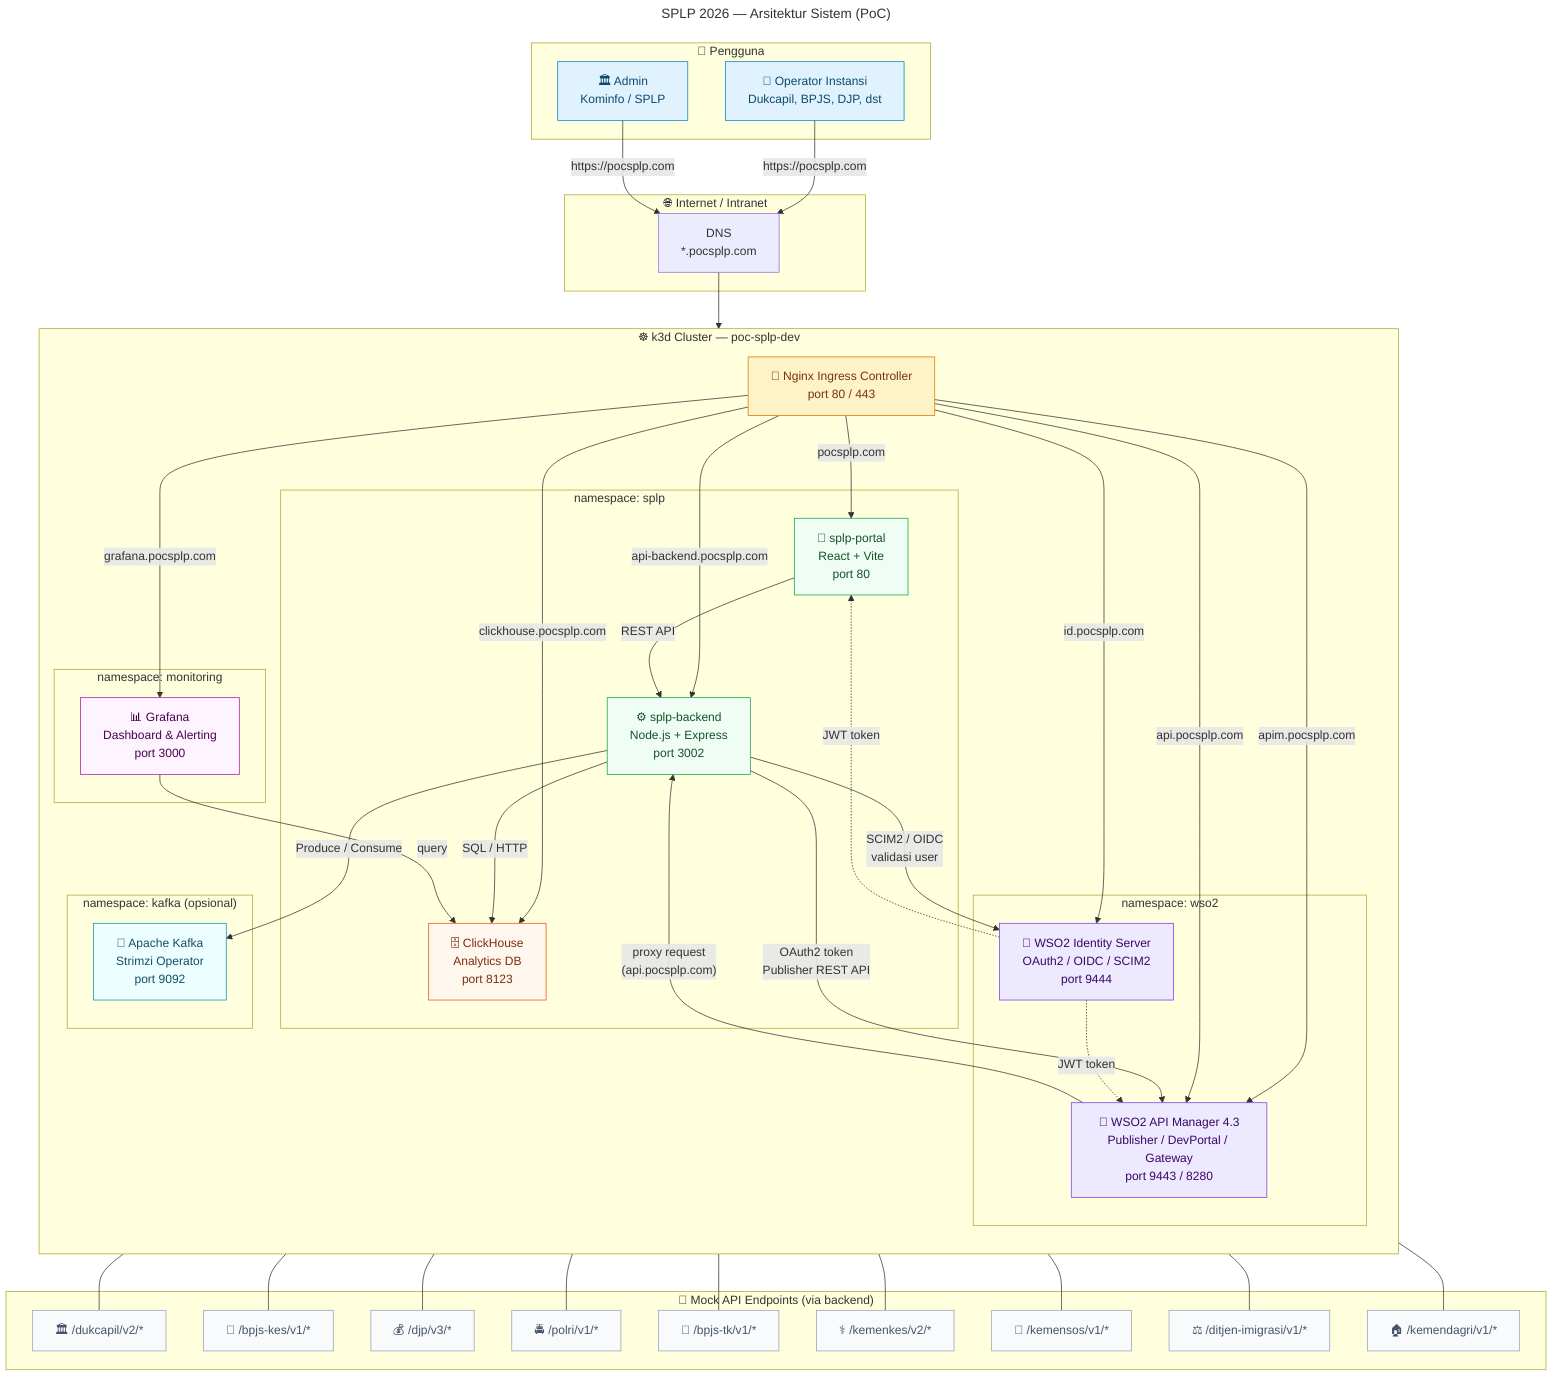
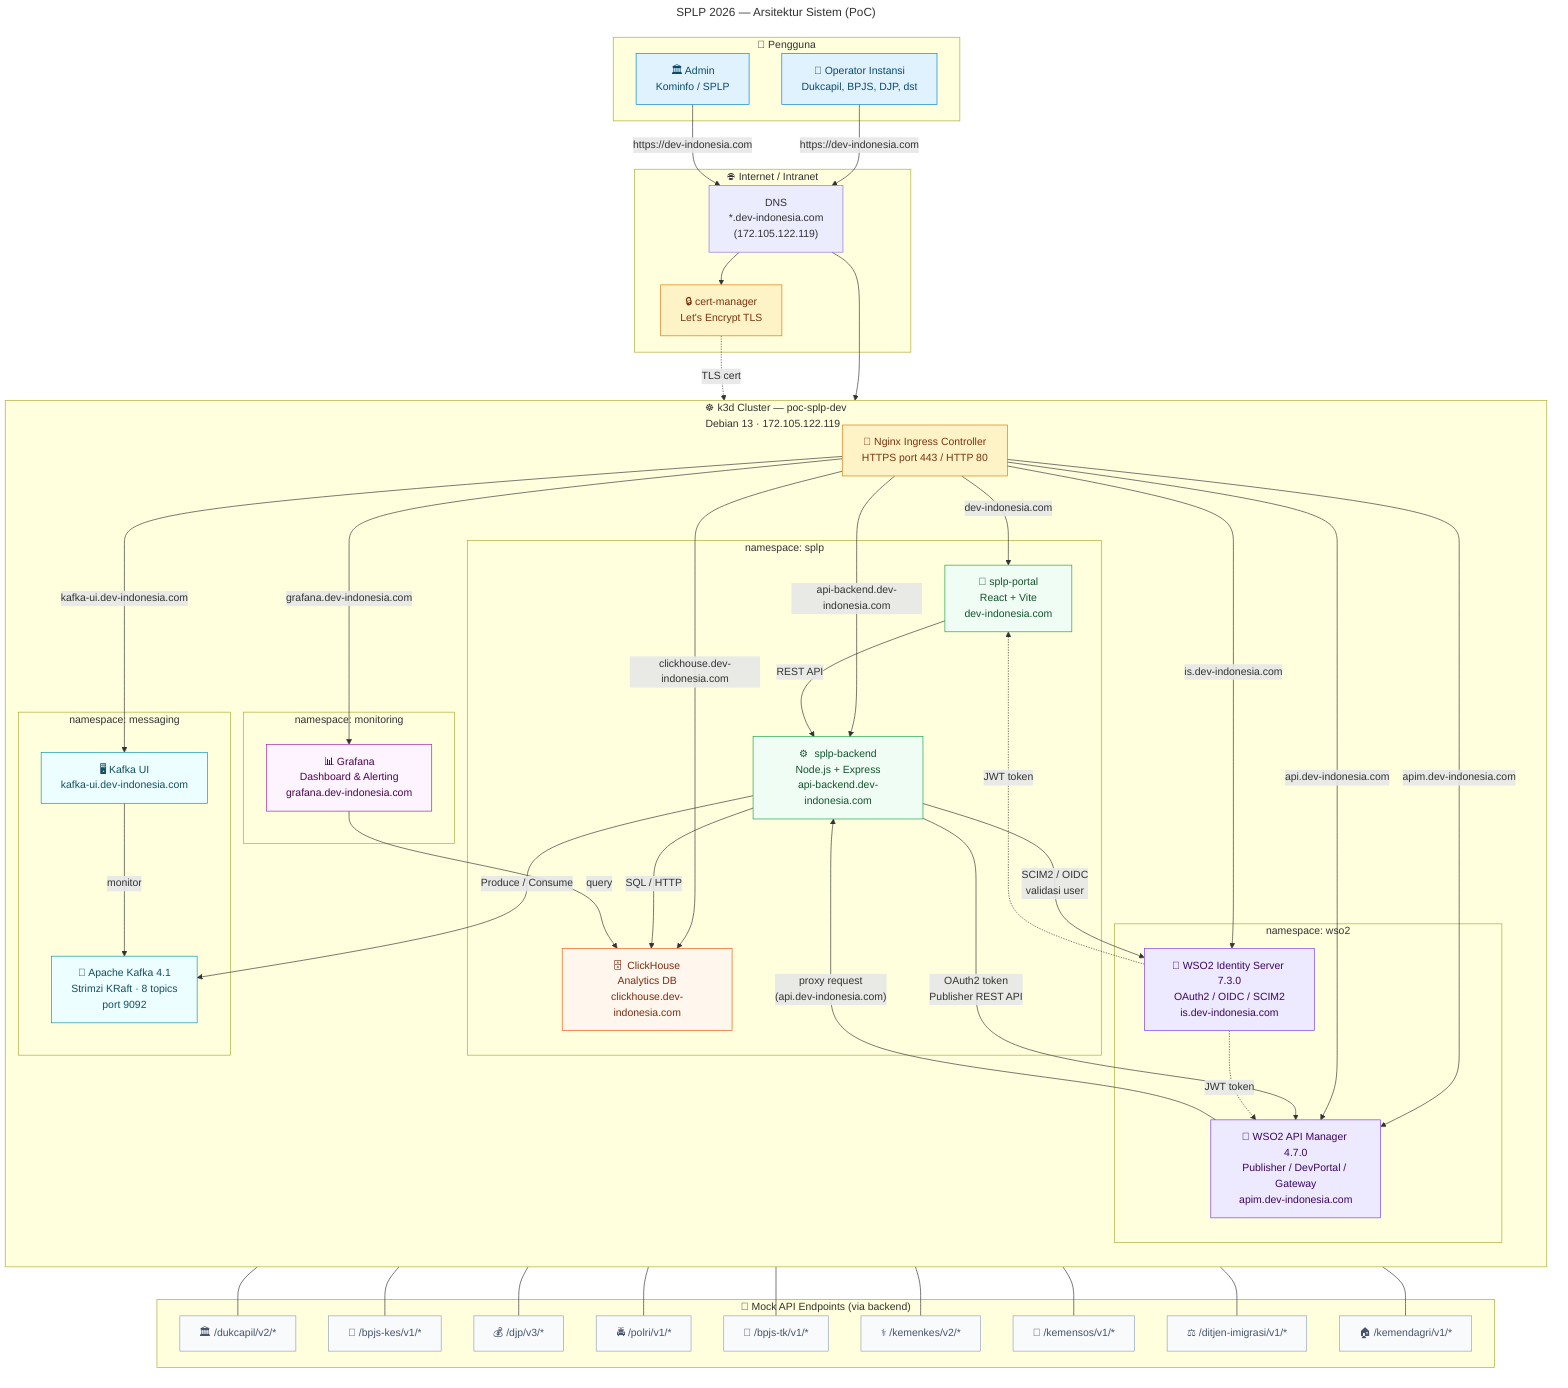
---
title: SPLP 2026 — Arsitektur Sistem (PoC)
---

flowchart TB
    subgraph USERS["👥 Pengguna"]
        UA["🏛️ Admin\nKominfo / SPLP"]
        UB["🏢 Operator Instansi\nDukcapil, BPJS, DJP, dst"]
    end

    subgraph INTERNET["🌐 Internet / Intranet"]
-         DNS["DNS\n*.pocsplp.com"]
+         DNS["DNS\n*.dev-indonesia.com\n(172.105.122.119)"]
+         CERTMGR["🔒 cert-manager\nLet's Encrypt TLS"]
    end

-     subgraph K3D["☸️  k3d Cluster — poc-splp-dev"]
+     subgraph K3D["☸️  k3d Cluster — poc-splp-dev\nDebian 13 · 172.105.122.119"]
        direction TB

-         NGINX["🔀 Nginx Ingress Controller\nport 80 / 443"]
+         NGINX["🔀 Nginx Ingress Controller\nHTTPS port 443 / HTTP 80"]

        subgraph NS_SPLP["namespace: splp"]
-             PORTAL["📱 splp-portal\nReact + Vite\nport 80"]
-             BACKEND["⚙️  splp-backend\nNode.js + Express\nport 3002"]
-             CH["🗄️  ClickHouse\nAnalytics DB\nport 8123"]
+             PORTAL["📱 splp-portal\nReact + Vite\ndev-indonesia.com"]
+             BACKEND["⚙️  splp-backend\nNode.js + Express\napi-backend.dev-indonesia.com"]
+             CH["🗄️  ClickHouse\nAnalytics DB\nclickhouse.dev-indonesia.com"]
        end

        subgraph NS_WSO2["namespace: wso2"]
-             APIM["🔌 WSO2 API Manager 4.3\nPublisher / DevPortal / Gateway\nport 9443 / 8280"]
-             IS["🔐 WSO2 Identity Server\nOAuth2 / OIDC / SCIM2\nport 9444"]
+             APIM["🔌 WSO2 API Manager 4.7.0\nPublisher / DevPortal / Gateway\napim.dev-indonesia.com"]
+             IS["🔐 WSO2 Identity Server 7.3.0\nOAuth2 / OIDC / SCIM2\nis.dev-indonesia.com"]
        end

        subgraph NS_MON["namespace: monitoring"]
-             GRAFANA["📊 Grafana\nDashboard & Alerting\nport 3000"]
+             GRAFANA["📊 Grafana\nDashboard & Alerting\ngrafana.dev-indonesia.com"]
        end

-         subgraph NS_KAFKA["namespace: kafka (opsional)"]
-             KAFKA["📨 Apache Kafka\nStrimzi Operator\nport 9092"]
+         subgraph NS_KAFKA["namespace: messaging"]
+             KAFKA["📨 Apache Kafka 4.1\nStrimzi KRaft · 8 topics\nport 9092"]
+             KAFKAUI["🖥️  Kafka UI\nkafka-ui.dev-indonesia.com"]
        end
    end

    subgraph MOCK["🧪 Mock API Endpoints (via backend)"]
        M1["🏛️ /dukcapil/v2/*"]
        M2["🏥 /bpjs-kes/v1/*"]
        M3["💰 /djp/v3/*"]
        M4["🚔 /polri/v1/*"]
        M5["👷 /bpjs-tk/v1/*"]
        M6["⚕️  /kemenkes/v2/*"]
        M7["🤝 /kemensos/v1/*"]
        M8["⚖️  /ditjen-imigrasi/v1/*"]
        M9["🏠 /kemendagri/v1/*"]
    end

    %% User → Ingress
-     UA -->|"https://pocsplp.com"| DNS
-     UB -->|"https://pocsplp.com"| DNS
+     UA -->|"https://dev-indonesia.com"| DNS
+     UB -->|"https://dev-indonesia.com"| DNS
+     DNS --> CERTMGR
+     CERTMGR -.->|"TLS cert"| NGINX
    DNS --> NGINX

    %% Ingress routing
-     NGINX -->|"pocsplp.com"| PORTAL
-     NGINX -->|"api-backend.pocsplp.com"| BACKEND
-     NGINX -->|"apim.pocsplp.com"| APIM
-     NGINX -->|"api.pocsplp.com"| APIM
-     NGINX -->|"id.pocsplp.com"| IS
-     NGINX -->|"grafana.pocsplp.com"| GRAFANA
-     NGINX -->|"clickhouse.pocsplp.com"| CH
+     NGINX -->|"dev-indonesia.com"| PORTAL
+     NGINX -->|"api-backend.dev-indonesia.com"| BACKEND
+     NGINX -->|"apim.dev-indonesia.com"| APIM
+     NGINX -->|"api.dev-indonesia.com"| APIM
+     NGINX -->|"is.dev-indonesia.com"| IS
+     NGINX -->|"grafana.dev-indonesia.com"| GRAFANA
+     NGINX -->|"clickhouse.dev-indonesia.com"| CH
+     NGINX -->|"kafka-ui.dev-indonesia.com"| KAFKAUI

    %% Portal → Backend
    PORTAL -->|"REST API"| BACKEND

    %% Backend → WSO2
    BACKEND -->|"OAuth2 token\nPublisher REST API"| APIM
    BACKEND -->|"SCIM2 / OIDC\nvalidasi user"| IS

    %% Backend → Data
    BACKEND -->|"SQL / HTTP"| CH
    BACKEND -->|"Produce / Consume"| KAFKA

    %% APIM → Mock endpoints
-     APIM -->|"proxy request\n(api.pocsplp.com)"| BACKEND
+     APIM -->|"proxy request\n(api.dev-indonesia.com)"| BACKEND
    BACKEND --- M1 & M2 & M3 & M4 & M5 & M6 & M7 & M8 & M9

    %% Monitoring
    GRAFANA -->|"query"| CH
+     KAFKAUI -->|"monitor"| KAFKA

    %% Auth flow
    IS -.->|"JWT token"| PORTAL
    IS -.->|"JWT token"| APIM

    %% Styling
    classDef user      fill:#e0f2fe,stroke:#0284c7,color:#0c4a6e
    classDef ingress   fill:#fef3c7,stroke:#d97706,color:#78350f
    classDef app       fill:#f0fdf4,stroke:#16a34a,color:#14532d
    classDef wso2      fill:#ede9fe,stroke:#7c3aed,color:#3b0764
    classDef data      fill:#fff7ed,stroke:#ea580c,color:#7c2d12
    classDef monitor   fill:#fdf4ff,stroke:#a21caf,color:#4a044e
    classDef kafka     fill:#ecfeff,stroke:#0891b2,color:#164e63
    classDef mock      fill:#f8fafc,stroke:#94a3b8,color:#475569

    class UA,UB user
    class NGINX ingress
    class PORTAL,BACKEND app
    class APIM,IS wso2
    class CH data
    class GRAFANA monitor
-     class KAFKA kafka
+     class KAFKA,KAFKAUI kafka
    class M1,M2,M3,M4,M5,M6,M7,M8,M9 mock
+     class CERTMGR ingress
